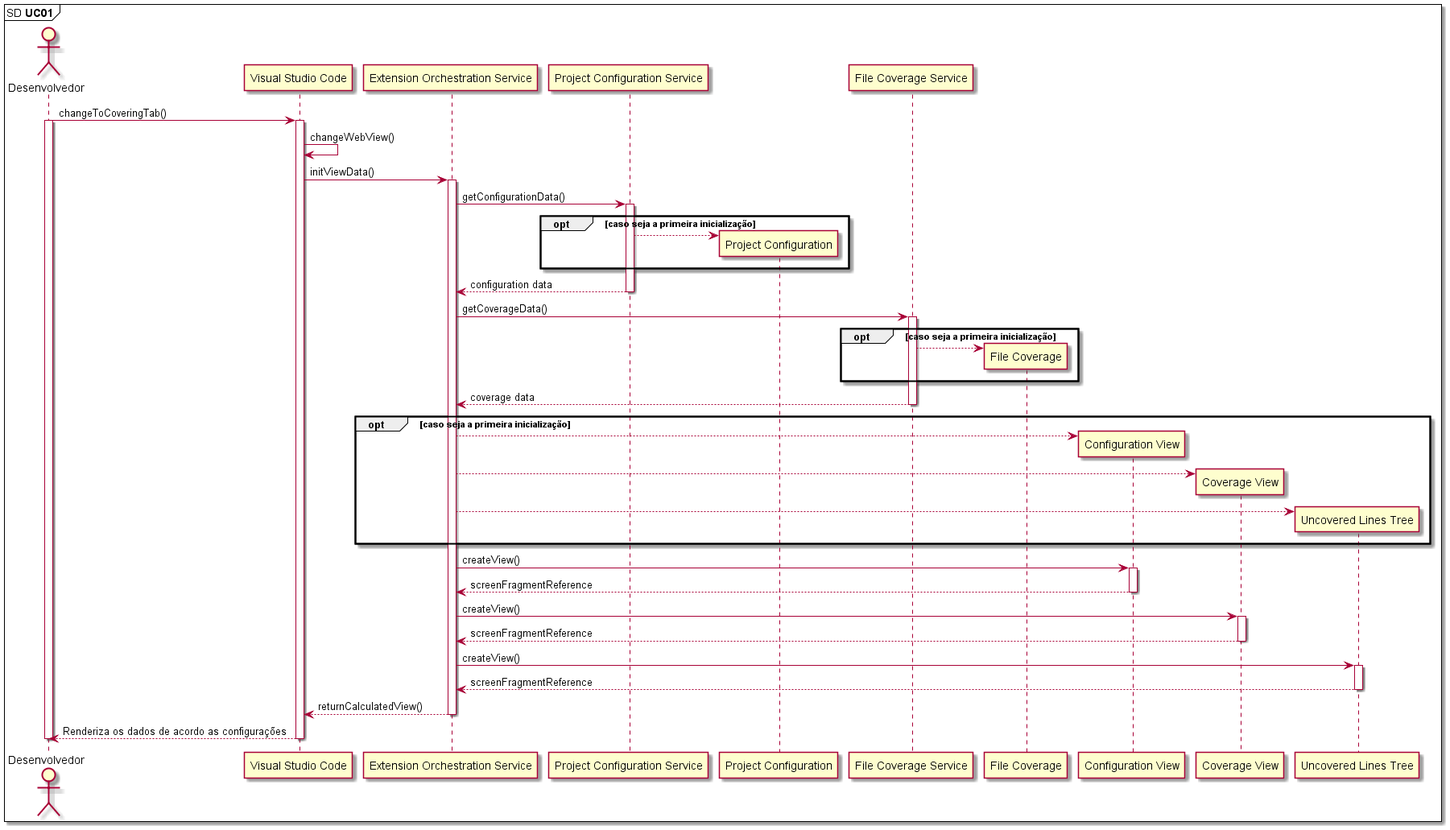
Before: Artefatos/Diagrama de Sequência/Imagens/SD-UC01.png, a diagram exported from PlantUML (ICEI-PUC-Minas-PPLES-TI/plf-es-2022-1-tcci-5308100-dev-arthur-rocha-guilherme-oliveira).
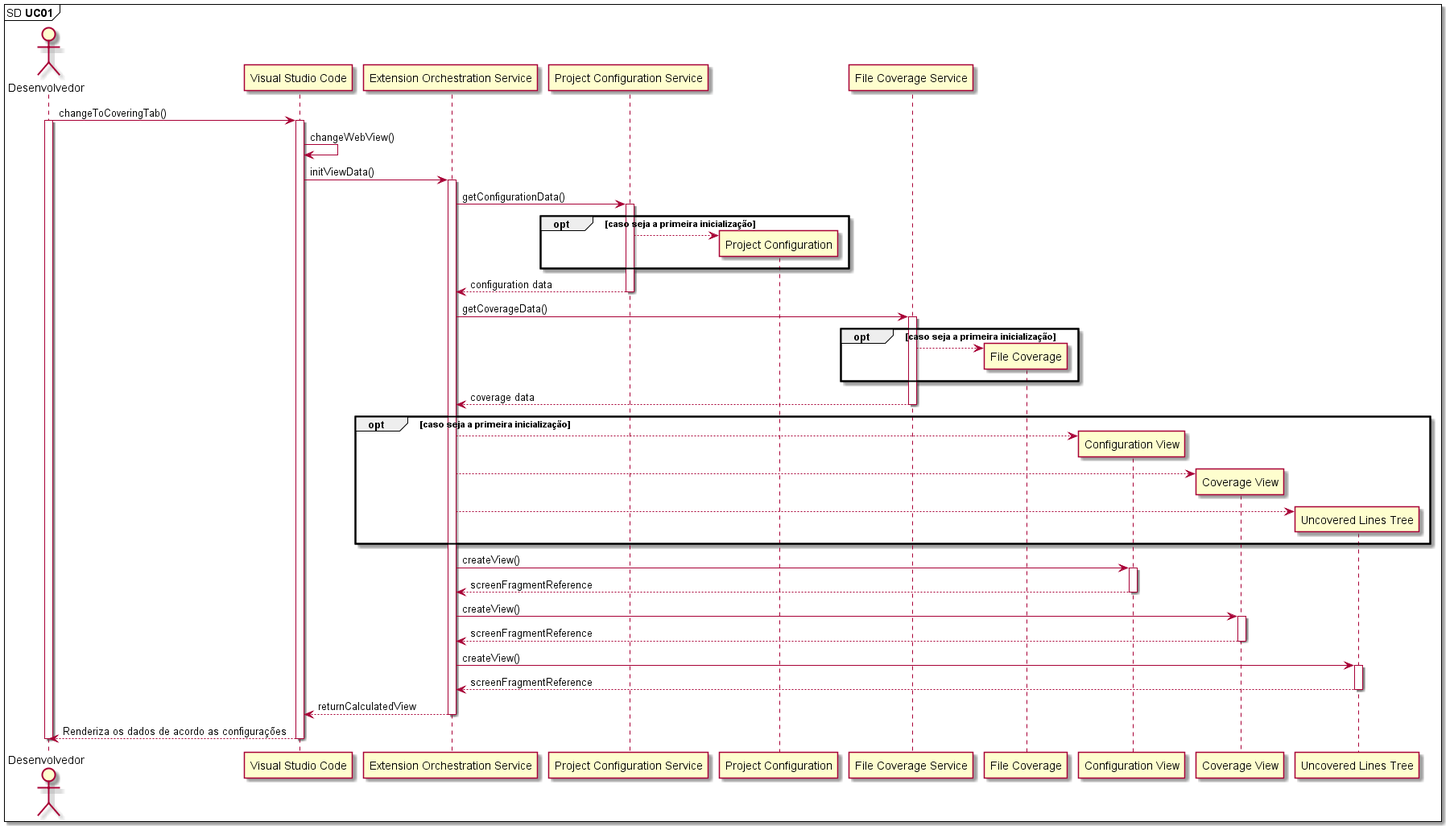
Above is the later version.

Commit message:
📚 docs: Create sequence driagram for use cases from 06 to 12

What changed in the source:
```diff
@@ -70,7 +70,7 @@
 ExtensionOrchestrationService <-- UncoveredLinesTree: screenFragmentReference
 deactivate UncoveredLinesTree
 
-VSCode <-- ExtensionOrchestrationService: returnCalculatedView()
+VSCode <-- ExtensionOrchestrationService: returnCalculatedView
 deactivate ExtensionOrchestrationService
 
 Dev <-- VSCode: Renderiza os dados de acordo as configurações
```
